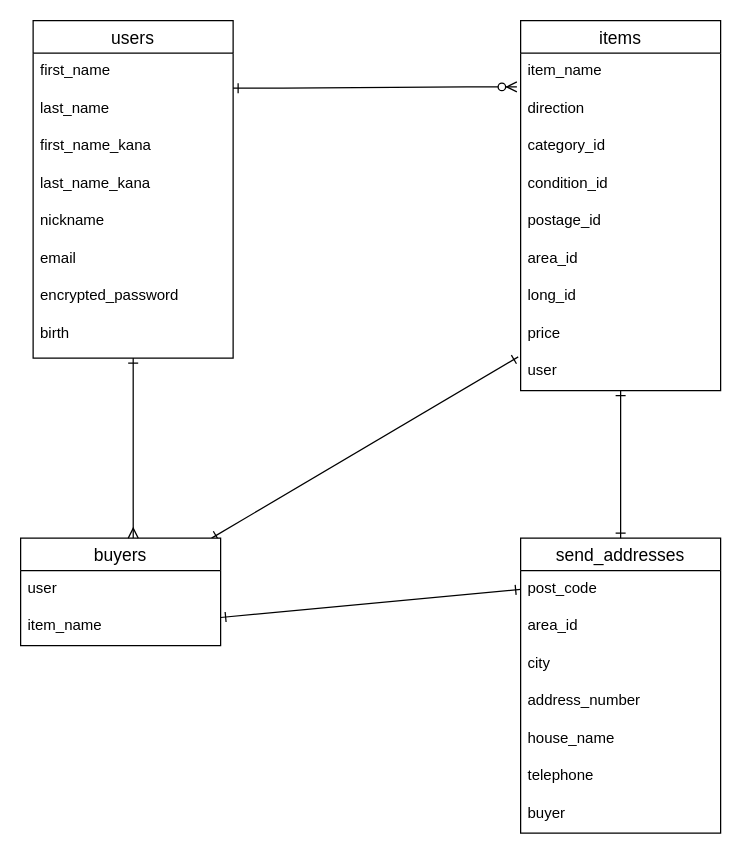
Above: text.dio in Aya0601/furima38585 (draw.io), before the change. Source tidied: cells renumbered, new cells numbered last; positions are measured from the earlier drawing's top-left corner, leaving out a move shared by most shapes. Both pictures are drawn from the tidied source at 125%, with x=0, y=0 at pixel (20, 20).
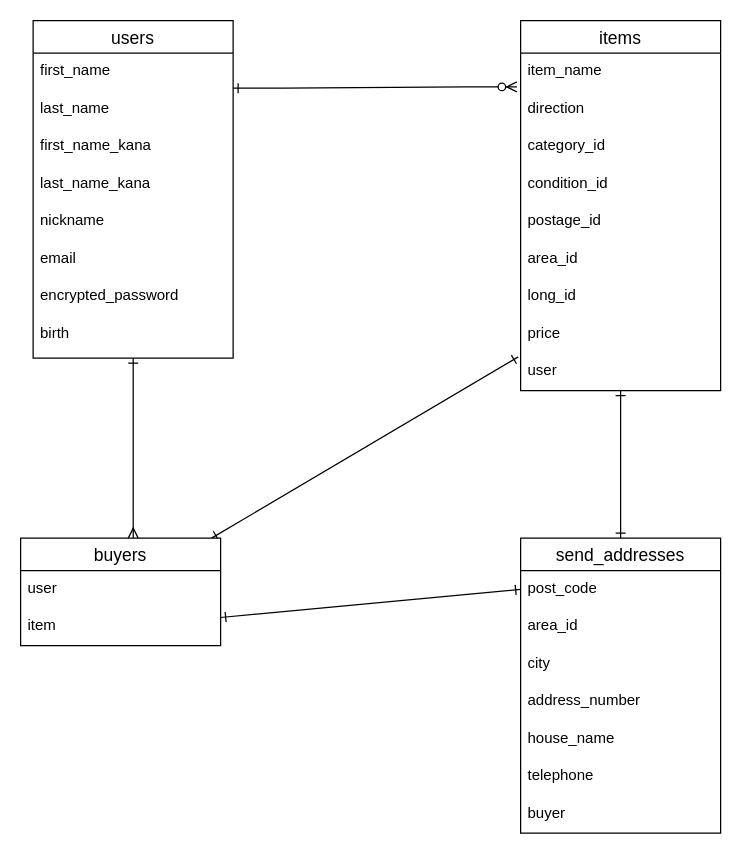
After the change.

The change refers to these unchanged cells:
```xml
<mxCell id="11" value="buyers" style="swimlane;fontStyle=0;horizontal=1;startSize=26;align=center;fontSize=14;" parent="1" vertex="1">
  <mxGeometry y="414" width="160" height="86" as="geometry" />
</mxCell>
```

Change to the diagram source:
```diff
@@
-    <mxCell id="13" value="item_name" style="text;strokeColor=none;fillColor=none;spacingLeft=4;spacingRight=4;overflow=hidden;points=[[0,0.5],[1,0.5]];portConstraint=eastwest;fontSize=12;" parent="11" vertex="1">
+    <mxCell id="13" value="item" style="text;strokeColor=none;fillColor=none;spacingLeft=4;spacingRight=4;overflow=hidden;points=[[0,0.5],[1,0.5]];portConstraint=eastwest;fontSize=12;" parent="11" vertex="1">
       <mxGeometry y="56" width="160" height="30" as="geometry" />
     </mxCell>
```
